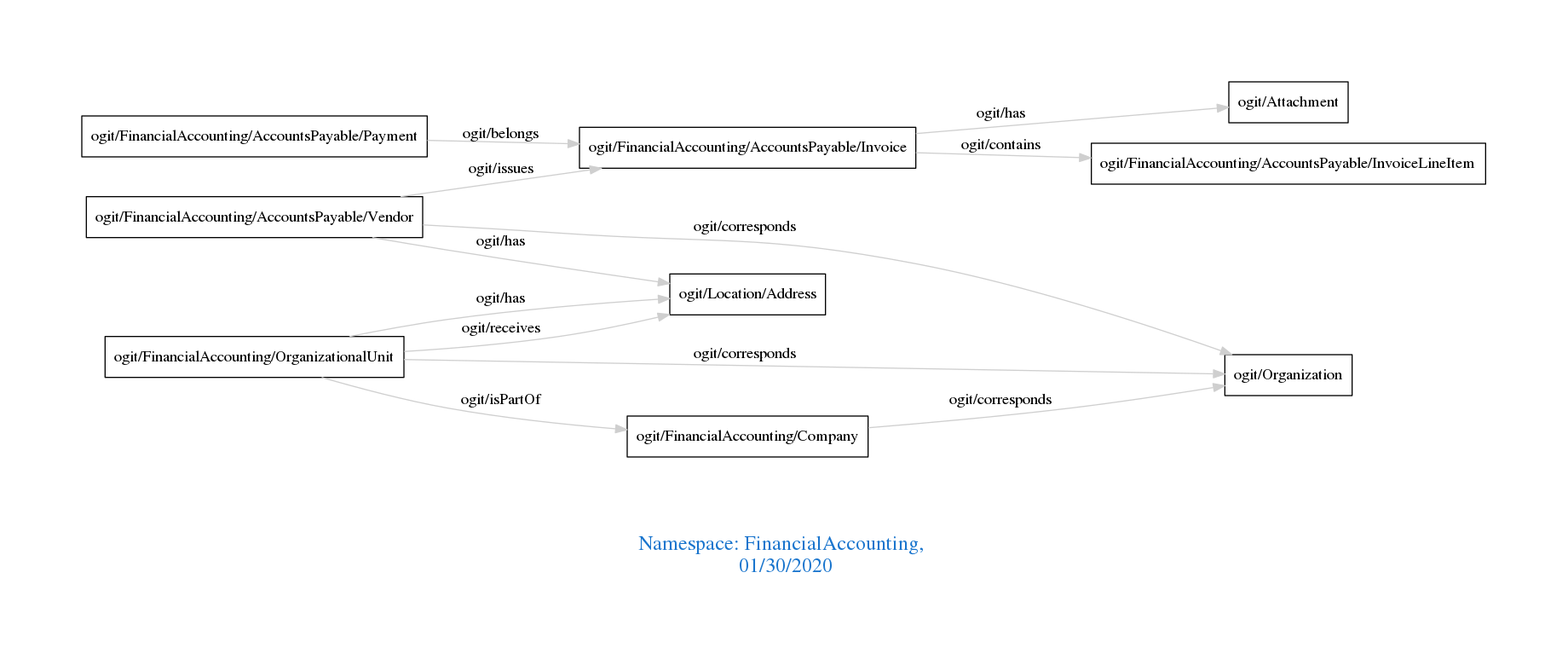
Above: downloads/FinancialAccounting.png in arago/OGIT (Graphviz), before the change. Its source is kept beside it as downloads/FinancialAccounting.dot.
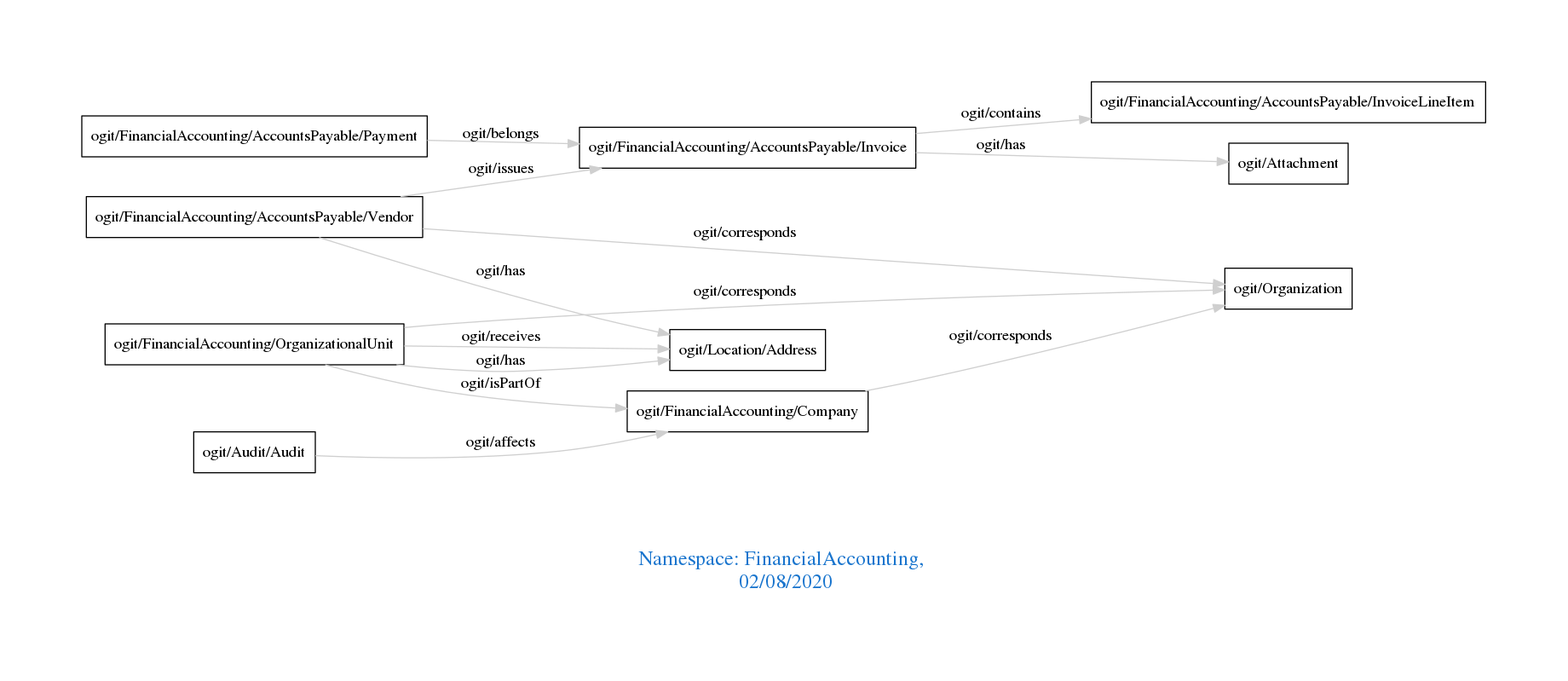
After the change.

The edit, as a diff of the source:
```diff
@@ -1,7 +1,7 @@
 digraph OGIT_ontology {
  graph [ rankdir= LR,pad=1
 fontsize = 18,
-fontcolor= dodgerblue3,label = "\n\n\nNamespace: FinancialAccounting, \n 01/30/2020"];
+fontcolor= dodgerblue3,label = "\n\n\nNamespace: FinancialAccounting, \n 02/08/2020"];
 node[shape=polygon];
 edge [  color="gray81"];
 
@@ -10,6 +10,7 @@
    "ogit/FinancialAccounting/Company" -> "ogit/Organization" [label="   ogit/corresponds    "];
    "ogit/FinancialAccounting/OrganizationalUnit" -> "ogit/Organization" [label="   ogit/corresponds    "];
    "ogit/FinancialAccounting/AccountsPayable/Vendor" -> "ogit/FinancialAccounting/AccountsPayable/Invoice" [label="   ogit/issues    "];
+   "ogit/Audit/Audit" -> "ogit/FinancialAccounting/Company" [label="   ogit/affects    "];
    "ogit/FinancialAccounting/AccountsPayable/Payment" -> "ogit/FinancialAccounting/AccountsPayable/Invoice" [label="   ogit/belongs    "];
    "ogit/FinancialAccounting/OrganizationalUnit" -> "ogit/Location/Address" [label="   ogit/receives    "];
    "ogit/FinancialAccounting/AccountsPayable/Invoice" -> "ogit/Attachment" [label="   ogit/has    "];
```
